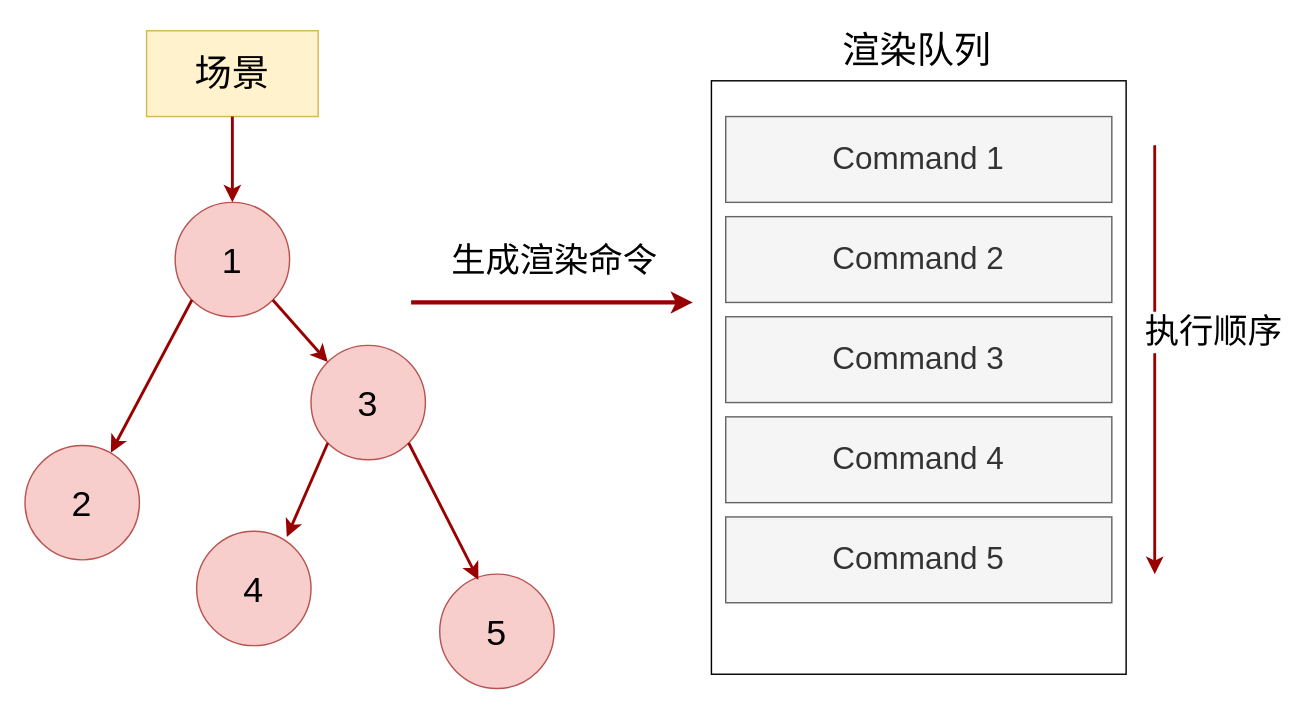
imzoer/imzoer.github.io keeps this draw.io diagram as cocos_render_command.drawio. Above is the earlier version. Source tidied: cells renumbered, new cells numbered last; positions are measured from the earlier drawing's top-left corner, leaving out a move shared by most shapes. Both pictures are drawn from the tidied source at 143%, with x=0, y=0 at pixel (24, 24).
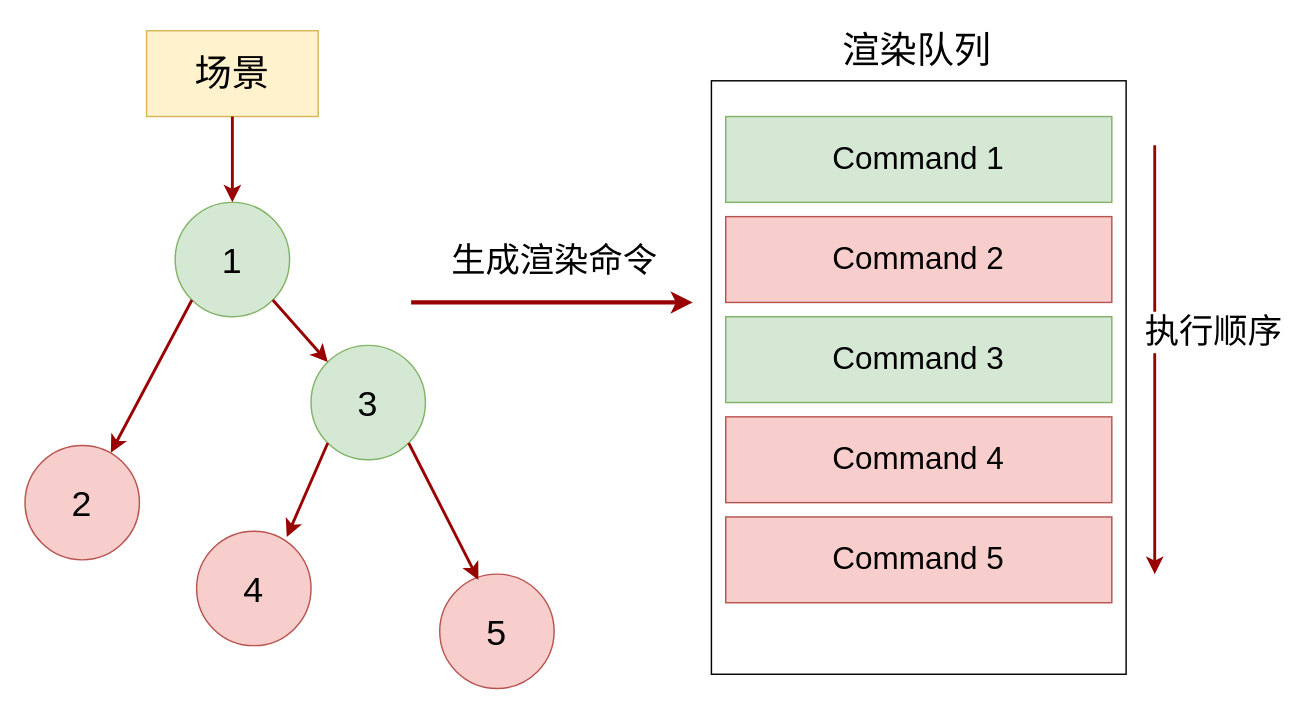
After the change.

Change to the diagram source:
```diff
@@
-    <mxCell id="3" value="&lt;font style=&quot;font-size: 25px&quot;&gt;1&lt;/font&gt;" style="ellipse;whiteSpace=wrap;html=1;fillColor=#f8cecc;strokeColor=#b85450;" parent="1" vertex="1">
+    <mxCell id="3" value="&lt;font style=&quot;font-size: 25px&quot;&gt;1&lt;/font&gt;" style="ellipse;whiteSpace=wrap;html=1;fillColor=#d5e8d4;strokeColor=#82b366;" parent="1" vertex="1">
       <mxGeometry x="105" y="124" width="80" height="80" as="geometry" />
     </mxCell>
@@
-    <mxCell id="7" value="&lt;font style=&quot;font-size: 25px&quot;&gt;3&lt;/font&gt;" style="ellipse;whiteSpace=wrap;html=1;fillColor=#f8cecc;strokeColor=#b85450;" parent="1" vertex="1">
+    <mxCell id="7" value="&lt;font style=&quot;font-size: 25px&quot;&gt;3&lt;/font&gt;" style="ellipse;whiteSpace=wrap;html=1;fillColor=#d5e8d4;strokeColor=#82b366;" parent="1" vertex="1">
       <mxGeometry x="200" y="224" width="80" height="80" as="geometry" />
     </mxCell>
@@
-    <mxCell id="17" value="&lt;font&gt;&lt;span style=&quot;font-size: 22px&quot;&gt;Command 1&lt;/span&gt;&lt;/font&gt;" style="rounded=0;whiteSpace=wrap;html=1;fillColor=#f5f5f5;strokeColor=#666666;fontColor=#333333;fontStyle=0;" parent="1" vertex="1">
+    <mxCell id="17" value="&lt;font&gt;&lt;span style=&quot;font-size: 22px&quot;&gt;Command 1&lt;/span&gt;&lt;/font&gt;" style="rounded=0;whiteSpace=wrap;html=1;fillColor=#d5e8d4;strokeColor=#82b366;fontStyle=0;" parent="1" vertex="1">
       <mxGeometry x="490" y="64" width="270" height="60" as="geometry" />
     </mxCell>
-    <mxCell id="18" value="&lt;font&gt;&lt;span style=&quot;font-size: 22px&quot;&gt;Command 2&lt;/span&gt;&lt;/font&gt;" style="rounded=0;whiteSpace=wrap;html=1;fillColor=#f5f5f5;strokeColor=#666666;fontColor=#333333;fontStyle=0;" parent="1" vertex="1">
+    <mxCell id="18" value="&lt;font&gt;&lt;span style=&quot;font-size: 22px&quot;&gt;Command 2&lt;/span&gt;&lt;/font&gt;" style="rounded=0;whiteSpace=wrap;html=1;fillColor=#f8cecc;strokeColor=#b85450;fontStyle=0;" parent="1" vertex="1">
       <mxGeometry x="490" y="134" width="270" height="60" as="geometry" />
     </mxCell>
-    <mxCell id="19" value="&lt;font&gt;&lt;span style=&quot;font-size: 22px&quot;&gt;Command 3&lt;/span&gt;&lt;/font&gt;" style="rounded=0;whiteSpace=wrap;html=1;fillColor=#f5f5f5;strokeColor=#666666;fontColor=#333333;fontStyle=0;" parent="1" vertex="1">
+    <mxCell id="19" value="&lt;font&gt;&lt;span style=&quot;font-size: 22px&quot;&gt;Command 3&lt;/span&gt;&lt;/font&gt;" style="rounded=0;whiteSpace=wrap;html=1;fillColor=#d5e8d4;strokeColor=#82b366;fontStyle=0;" parent="1" vertex="1">
       <mxGeometry x="490" y="204" width="270" height="60" as="geometry" />
     </mxCell>
-    <mxCell id="20" value="&lt;font&gt;&lt;span style=&quot;font-size: 22px&quot;&gt;Command 4&lt;br&gt;&lt;/span&gt;&lt;/font&gt;" style="rounded=0;whiteSpace=wrap;html=1;fillColor=#f5f5f5;strokeColor=#666666;fontColor=#333333;fontStyle=0;" parent="1" vertex="1">
+    <mxCell id="20" value="&lt;font&gt;&lt;span style=&quot;font-size: 22px&quot;&gt;Command 4&lt;br&gt;&lt;/span&gt;&lt;/font&gt;" style="rounded=0;whiteSpace=wrap;html=1;fillColor=#f8cecc;strokeColor=#b85450;fontStyle=0;" parent="1" vertex="1">
       <mxGeometry x="490" y="274" width="270" height="60" as="geometry" />
     </mxCell>
-    <mxCell id="21" value="&lt;font&gt;&lt;span style=&quot;font-size: 22px&quot;&gt;Command 5&lt;/span&gt;&lt;/font&gt;" style="rounded=0;whiteSpace=wrap;html=1;fillColor=#f5f5f5;strokeColor=#666666;fontColor=#333333;fontStyle=0;" parent="1" vertex="1">
+    <mxCell id="21" value="&lt;font&gt;&lt;span style=&quot;font-size: 22px&quot;&gt;Command 5&lt;/span&gt;&lt;/font&gt;" style="rounded=0;whiteSpace=wrap;html=1;fillColor=#f8cecc;strokeColor=#b85450;fontStyle=0;" parent="1" vertex="1">
       <mxGeometry x="490" y="344" width="270" height="60" as="geometry" />
     </mxCell>
```
